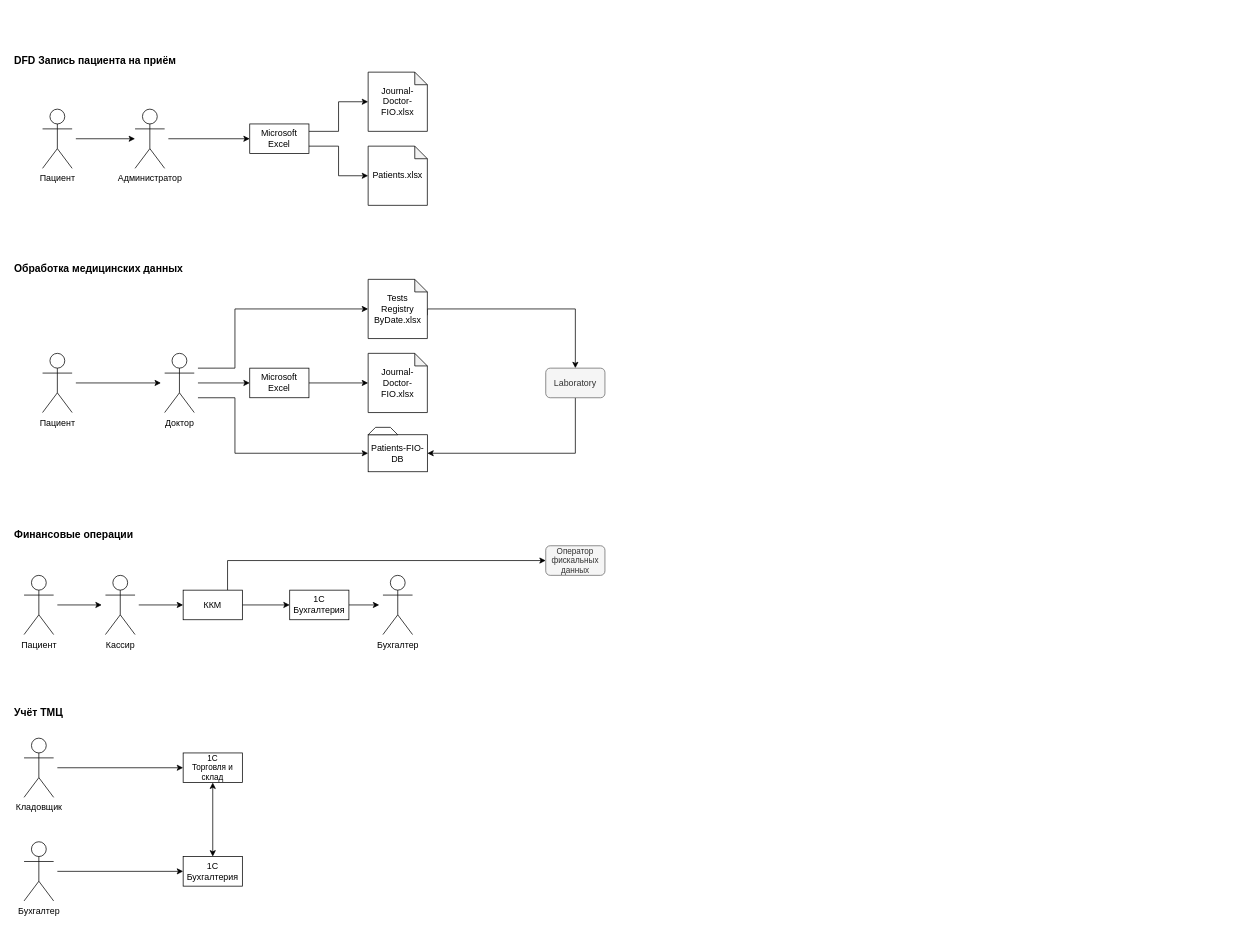
Earlier version of the draw.io diagram Task1/DFD.drawio (sokolov-ml/architecture-medikamente). Source tidied: cells renumbered, new cells numbered last; positions are measured from the earlier drawing's top-left corner, leaving out a move shared by most shapes. Both pictures are drawn from the tidied source at 74%, with x=0, y=0 at pixel (13, 50).
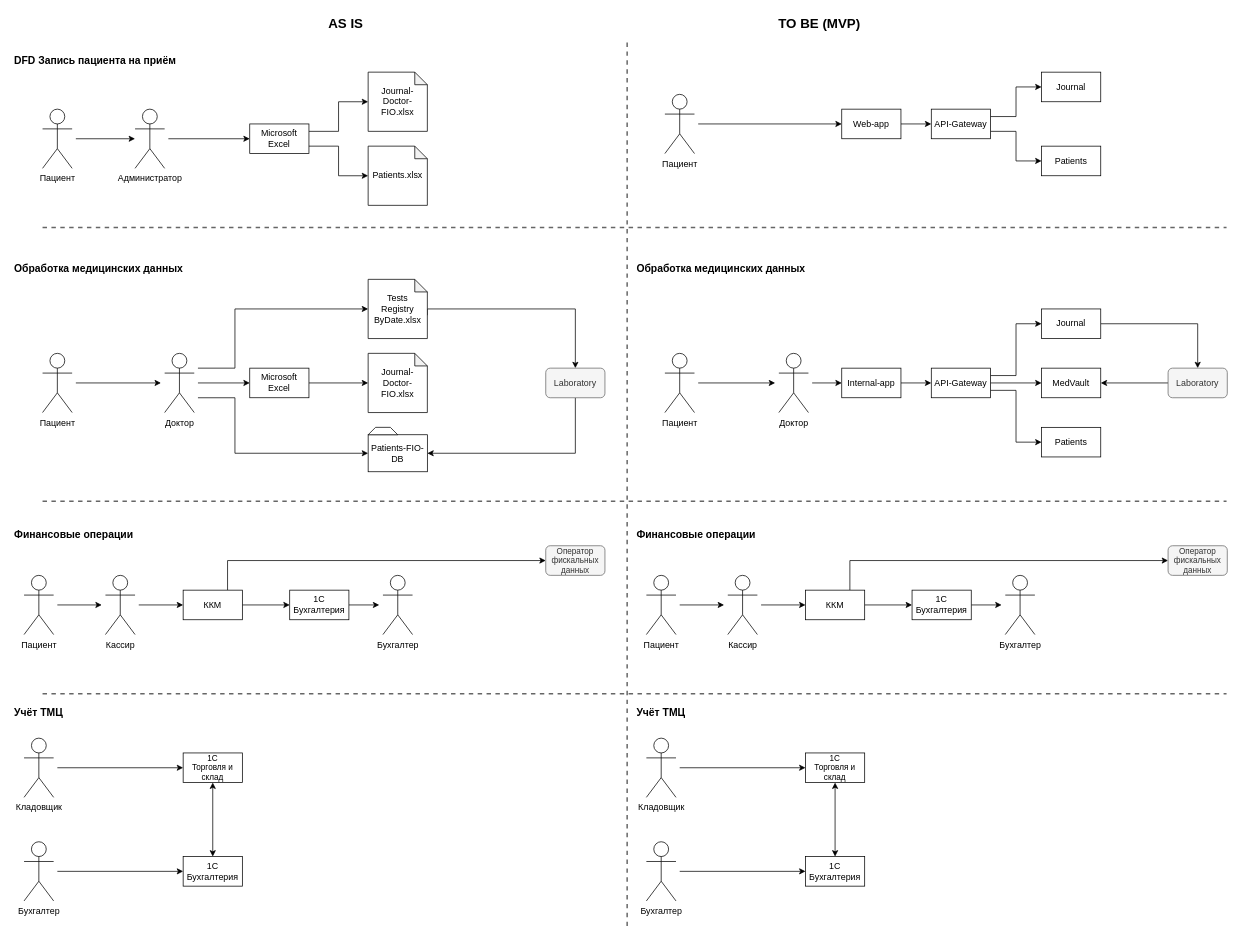
The same diagram, later.

The edit, as a diff of the source:
```diff
@@
+    <mxCell id="67" value="AS IS" style="text;html=1;align=center;verticalAlign=middle;whiteSpace=wrap;rounded=0;fontStyle=1;fontSize=18;" parent="1" vertex="1">
+      <mxGeometry x="290" y="-50" width="320" height="30" as="geometry" />
+    </mxCell>
+    <mxCell id="68" value="TO BE (MVP)" style="text;html=1;align=center;verticalAlign=middle;whiteSpace=wrap;rounded=0;fontStyle=1;fontSize=18;" parent="1" vertex="1">
+      <mxGeometry x="930" y="-50" width="320" height="30" as="geometry" />
+    </mxCell>
+    <mxCell id="69" style="endArrow=none;dashed=1;html=1;rounded=0;strokeWidth=2;strokeColor=#666666;" parent="1" edge="1">
+      <mxGeometry relative="1" as="geometry">
+        <mxPoint x="40" y="240" as="sourcePoint" />
+        <mxPoint x="1640" y="240" as="targetPoint" />
+      </mxGeometry>
+    </mxCell>
+    <mxCell id="70" style="endArrow=none;dashed=1;html=1;rounded=0;strokeWidth=2;strokeColor=#666666;" parent="1" edge="1">
+      <mxGeometry relative="1" as="geometry">
+        <mxPoint x="830" y="-10" as="sourcePoint" />
+        <mxPoint x="830" y="1190" as="targetPoint" />
+      </mxGeometry>
+    </mxCell>
+    <mxCell id="71" style="endArrow=none;dashed=1;html=1;rounded=0;strokeWidth=2;strokeColor=#666666;" parent="1" edge="1">
+      <mxGeometry relative="1" as="geometry">
+        <mxPoint x="40" y="610" as="sourcePoint" />
+        <mxPoint x="1640" y="610" as="targetPoint" />
+      </mxGeometry>
+    </mxCell>
+    <mxCell id="72" style="endArrow=none;dashed=1;html=1;rounded=0;strokeWidth=2;strokeColor=#666666;" parent="1" edge="1">
+      <mxGeometry relative="1" as="geometry">
+        <mxPoint x="40" y="870" as="sourcePoint" />
+        <mxPoint x="1640" y="870" as="targetPoint" />
+      </mxGeometry>
+    </mxCell>
+    <mxCell id="73" style="edgeStyle=orthogonalEdgeStyle;rounded=0;jettySize=auto;html=1;exitX=1;exitY=0.5;exitDx=0;exitDy=0;" parent="1" edge="1" source="74" target="81">
+      <mxGeometry relative="1" as="geometry" />
+    </mxCell>
+    <mxCell id="74" value="Web-app" style="rounded=0;whiteSpace=wrap;html=1;" parent="1" vertex="1">
+      <mxGeometry x="1120" y="80" width="80" height="40" as="geometry" />
+    </mxCell>
+    <mxCell id="75" style="group;" parent="1" vertex="1">
+      <mxGeometry x="876" y="60" width="50" height="80" as="geometry" />
+    </mxCell>
+    <mxCell id="76" style="rounded=0;whiteSpace=wrap;html=1;fillColor=none;strokeColor=none;" parent="75" vertex="1">
+      <mxGeometry width="50" height="80" as="geometry" />
+    </mxCell>
+    <mxCell id="77" value="Пациент" style="shape=umlActor;verticalLabelPosition=bottom;verticalAlign=top;html=1;" parent="75" vertex="1">
+      <mxGeometry x="5" width="40" height="80" as="geometry" />
+    </mxCell>
+    <mxCell id="78" style="edgeStyle=orthogonalEdgeStyle;rounded=0;jettySize=auto;html=1;exitX=1;exitY=0.5;exitDx=0;exitDy=0;entryX=0;entryY=0.5;entryDx=0;entryDy=0;" parent="1" edge="1" source="76" target="74">
+      <mxGeometry relative="1" as="geometry" />
+    </mxCell>
+    <mxCell id="79" style="edgeStyle=orthogonalEdgeStyle;rounded=0;jettySize=auto;html=1;exitX=1;exitY=0.75;exitDx=0;exitDy=0;entryX=0;entryY=0.5;entryDx=0;entryDy=0;" parent="1" edge="1" source="81" target="83">
+      <mxGeometry relative="1" as="geometry" />
+    </mxCell>
+    <mxCell id="80" style="edgeStyle=orthogonalEdgeStyle;rounded=0;jettySize=auto;html=1;exitX=1;exitY=0.25;exitDx=0;exitDy=0;entryX=0;entryY=0.5;entryDx=0;entryDy=0;" parent="1" edge="1" source="81" target="82">
+      <mxGeometry relative="1" as="geometry" />
+    </mxCell>
+    <mxCell id="81" value="API-Gateway" style="rounded=0;whiteSpace=wrap;html=1;" parent="1" vertex="1">
+      <mxGeometry x="1241" y="80" width="80" height="40" as="geometry" />
+    </mxCell>
+    <mxCell id="82" value="Journal" style="rounded=0;whiteSpace=wrap;html=1;" parent="1" vertex="1">
+      <mxGeometry x="1390" y="30" width="80" height="40" as="geometry" />
+    </mxCell>
+    <mxCell id="83" value="Patients" style="rounded=0;whiteSpace=wrap;html=1;" parent="1" vertex="1">
+      <mxGeometry x="1390" y="130" width="80" height="40" as="geometry" />
+    </mxCell>
+    <mxCell id="84" value="Обработка медицинских данных" style="text;html=1;align=left;verticalAlign=middle;whiteSpace=wrap;rounded=0;fontStyle=1;fontSize=14;" parent="1" vertex="1">
+      <mxGeometry x="841" y="280" width="320" height="30" as="geometry" />
+    </mxCell>
+    <mxCell id="85" style="group;" parent="1" vertex="1">
+      <mxGeometry x="1030" y="410" width="50" height="80" as="geometry" />
+    </mxCell>
+    <mxCell id="86" style="rounded=0;whiteSpace=wrap;html=1;fillColor=none;strokeColor=none;" parent="85" vertex="1">
+      <mxGeometry width="50" height="80" as="geometry" />
+    </mxCell>
+    <mxCell id="87" value="Доктор" style="shape=umlActor;verticalLabelPosition=bottom;verticalAlign=top;html=1;" parent="85" vertex="1">
+      <mxGeometry x="5" width="40" height="80" as="geometry" />
+    </mxCell>
+    <mxCell id="88" style="group;" parent="1" vertex="1">
+      <mxGeometry x="876" y="410" width="50" height="80" as="geometry" />
+    </mxCell>
+    <mxCell id="89" style="rounded=0;whiteSpace=wrap;html=1;fillColor=none;strokeColor=none;" parent="88" vertex="1">
+      <mxGeometry width="50" height="80" as="geometry" />
+    </mxCell>
+    <mxCell id="90" value="Пациент" style="shape=umlActor;verticalLabelPosition=bottom;verticalAlign=top;html=1;" parent="88" vertex="1">
+      <mxGeometry x="5" width="40" height="80" as="geometry" />
+    </mxCell>
+    <mxCell id="91" style="edgeStyle=orthogonalEdgeStyle;rounded=0;jettySize=auto;html=1;exitX=1;exitY=0.5;exitDx=0;exitDy=0;" parent="1" edge="1" source="89" target="86">
+      <mxGeometry relative="1" as="geometry" />
+    </mxCell>
+    <mxCell id="92" style="edgeStyle=orthogonalEdgeStyle;rounded=0;jettySize=auto;html=1;exitX=1;exitY=0.5;exitDx=0;exitDy=0;entryX=0;entryY=0.5;entryDx=0;entryDy=0;" parent="1" edge="1" source="93" target="101">
+      <mxGeometry relative="1" as="geometry" />
+    </mxCell>
+    <mxCell id="93" value="Internal-app" style="rounded=0;whiteSpace=wrap;html=1;" parent="1" vertex="1">
+      <mxGeometry x="1120" y="430" width="80" height="40" as="geometry" />
+    </mxCell>
+    <mxCell id="94" style="edgeStyle=orthogonalEdgeStyle;rounded=0;jettySize=auto;html=1;exitX=1;exitY=0.5;exitDx=0;exitDy=0;" parent="1" edge="1" source="86" target="93">
+      <mxGeometry relative="1" as="geometry" />
+    </mxCell>
+    <mxCell id="95" style="edgeStyle=orthogonalEdgeStyle;rounded=0;jettySize=auto;html=1;entryX=0.5;entryY=0;entryDx=0;entryDy=0;exitX=1;exitY=0.5;exitDx=0;exitDy=0;" parent="1" edge="1" source="102" target="97">
+      <mxGeometry relative="1" as="geometry">
+        <Array as="points">
+          <mxPoint x="1601" y="370" />
+        </Array>
+      </mxGeometry>
+    </mxCell>
+    <mxCell id="96" style="edgeStyle=orthogonalEdgeStyle;rounded=0;jettySize=auto;html=1;exitX=0;exitY=0.5;exitDx=0;exitDy=0;entryX=1;entryY=0.5;entryDx=0;entryDy=0;" parent="1" edge="1" source="97" target="104">
+      <mxGeometry relative="1" as="geometry" />
+    </mxCell>
+    <mxCell id="97" value="Laboratory" style="rounded=1;whiteSpace=wrap;html=1;fillColor=#f5f5f5;fontColor=#333333;strokeColor=#666666;" parent="1" vertex="1">
+      <mxGeometry x="1561" y="430" width="80" height="40" as="geometry" />
+    </mxCell>
+    <mxCell id="98" style="edgeStyle=orthogonalEdgeStyle;rounded=0;jettySize=auto;html=1;exitX=1;exitY=0.75;exitDx=0;exitDy=0;entryX=0;entryY=0.5;entryDx=0;entryDy=0;" parent="1" edge="1" source="101" target="103">
+      <mxGeometry relative="1" as="geometry" />
+    </mxCell>
+    <mxCell id="99" style="edgeStyle=orthogonalEdgeStyle;rounded=0;jettySize=auto;html=1;exitX=1;exitY=0.25;exitDx=0;exitDy=0;entryX=0;entryY=0.5;entryDx=0;entryDy=0;" parent="1" edge="1" source="101" target="102">
+      <mxGeometry relative="1" as="geometry" />
+    </mxCell>
+    <mxCell id="100" style="edgeStyle=orthogonalEdgeStyle;rounded=0;jettySize=auto;html=1;exitX=1;exitY=0.5;exitDx=0;exitDy=0;entryX=0;entryY=0.5;entryDx=0;entryDy=0;" parent="1" edge="1" source="101" target="104">
+      <mxGeometry relative="1" as="geometry" />
+    </mxCell>
+    <mxCell id="101" value="API-Gateway" style="rounded=0;whiteSpace=wrap;html=1;" parent="1" vertex="1">
+      <mxGeometry x="1241" y="430" width="80" height="40" as="geometry" />
+    </mxCell>
+    <mxCell id="102" value="Journal" style="rounded=0;whiteSpace=wrap;html=1;" parent="1" vertex="1">
+      <mxGeometry x="1390" y="350" width="80" height="40" as="geometry" />
+    </mxCell>
+    <mxCell id="103" value="Patients" style="rounded=0;whiteSpace=wrap;html=1;" parent="1" vertex="1">
+      <mxGeometry x="1390" y="510" width="80" height="40" as="geometry" />
+    </mxCell>
+    <mxCell id="104" value="MedVault" style="rounded=0;whiteSpace=wrap;html=1;" parent="1" vertex="1">
+      <mxGeometry x="1390" y="430" width="80" height="40" as="geometry" />
+    </mxCell>
+    <mxCell id="105" value="Финансовые операции" style="text;html=1;align=left;verticalAlign=middle;whiteSpace=wrap;rounded=0;fontStyle=1;fontSize=14;" parent="1" vertex="1">
+      <mxGeometry x="841" y="640" width="320" height="30" as="geometry" />
+    </mxCell>
+    <mxCell id="106" style="group;" parent="1" vertex="1">
+      <mxGeometry x="851" y="710" width="50" height="80" as="geometry" />
+    </mxCell>
+    <mxCell id="107" style="rounded=0;whiteSpace=wrap;html=1;fillColor=none;strokeColor=none;" parent="106" vertex="1">
+      <mxGeometry width="50" height="80" as="geometry" />
+    </mxCell>
+    <mxCell id="108" value="Пациент" style="shape=umlActor;verticalLabelPosition=bottom;verticalAlign=top;html=1;" parent="106" vertex="1">
+      <mxGeometry x="5" width="40" height="80" as="geometry" />
+    </mxCell>
+    <mxCell id="109" style="group;" parent="1" vertex="1">
+      <mxGeometry x="961" y="710" width="50" height="80" as="geometry" />
+    </mxCell>
+    <mxCell id="110" style="rounded=0;whiteSpace=wrap;html=1;fillColor=none;strokeColor=none;" parent="109" vertex="1">
+      <mxGeometry width="50" height="80" as="geometry" />
+    </mxCell>
+    <mxCell id="111" value="Кассир" style="shape=umlActor;verticalLabelPosition=bottom;verticalAlign=top;html=1;" parent="109" vertex="1">
+      <mxGeometry x="5" width="40" height="80" as="geometry" />
+    </mxCell>
+    <mxCell id="112" style="group;" parent="1" vertex="1">
+      <mxGeometry x="1336" y="710" width="50" height="80" as="geometry" />
+    </mxCell>
+    <mxCell id="113" style="rounded=0;whiteSpace=wrap;html=1;fillColor=none;strokeColor=none;" parent="112" vertex="1">
+      <mxGeometry width="50" height="80" as="geometry" />
+    </mxCell>
+    <mxCell id="114" value="Бухгалтер" style="shape=umlActor;verticalLabelPosition=bottom;verticalAlign=top;html=1;" parent="112" vertex="1">
+      <mxGeometry x="5" width="40" height="80" as="geometry" />
+    </mxCell>
+    <mxCell id="115" style="edgeStyle=orthogonalEdgeStyle;rounded=0;jettySize=auto;html=1;exitX=1;exitY=0.5;exitDx=0;exitDy=0;" parent="1" edge="1" source="117" target="121">
+      <mxGeometry relative="1" as="geometry" />
+    </mxCell>
+    <mxCell id="116" style="edgeStyle=orthogonalEdgeStyle;rounded=0;jettySize=auto;html=1;exitX=0.75;exitY=0;exitDx=0;exitDy=0;entryX=0;entryY=0.5;entryDx=0;entryDy=0;" parent="1" edge="1" source="117" target="122">
+      <mxGeometry relative="1" as="geometry" />
+    </mxCell>
+    <mxCell id="117" value="ККМ" style="rounded=0;whiteSpace=wrap;html=1;" parent="1" vertex="1">
+      <mxGeometry x="1071" y="730" width="80" height="40" as="geometry" />
+    </mxCell>
+    <mxCell id="118" style="edgeStyle=orthogonalEdgeStyle;rounded=0;jettySize=auto;html=1;exitX=1;exitY=0.5;exitDx=0;exitDy=0;entryX=0;entryY=0.5;entryDx=0;entryDy=0;" parent="1" edge="1" source="107" target="110">
+      <mxGeometry relative="1" as="geometry" />
+    </mxCell>
+    <mxCell id="119" style="edgeStyle=orthogonalEdgeStyle;rounded=0;jettySize=auto;html=1;exitX=1;exitY=0.5;exitDx=0;exitDy=0;entryX=0;entryY=0.5;entryDx=0;entryDy=0;" parent="1" edge="1" source="110" target="117">
+      <mxGeometry relative="1" as="geometry" />
+    </mxCell>
+    <mxCell id="120" style="edgeStyle=orthogonalEdgeStyle;rounded=0;jettySize=auto;html=1;exitX=1;exitY=0.5;exitDx=0;exitDy=0;" parent="1" edge="1" source="121" target="113">
+      <mxGeometry relative="1" as="geometry" />
+    </mxCell>
+    <mxCell id="121" value="1С&lt;br&gt;Бухгалтерия" style="rounded=0;whiteSpace=wrap;html=1;" parent="1" vertex="1">
+      <mxGeometry x="1215" y="730" width="80" height="40" as="geometry" />
+    </mxCell>
+    <mxCell id="122" value="Оператор фискальных данных" style="rounded=1;whiteSpace=wrap;html=1;fillColor=#f5f5f5;fontColor=#333333;strokeColor=#666666;fontSize=11;" parent="1" vertex="1">
+      <mxGeometry x="1561" y="670" width="80" height="40" as="geometry" />
+    </mxCell>
+    <mxCell id="123" style="edgeStyle=orthogonalEdgeStyle;rounded=0;jettySize=auto;html=1;exitX=0.5;exitY=0;exitDx=0;exitDy=0;entryX=0.5;entryY=1;entryDx=0;entryDy=0;startArrow=classic;startFill=1;" parent="1" edge="1" source="130" target="131">
+      <mxGeometry relative="1" as="geometry" />
+    </mxCell>
+    <mxCell id="124" style="edgeStyle=orthogonalEdgeStyle;rounded=0;jettySize=auto;html=1;exitX=1;exitY=0.5;exitDx=0;exitDy=0;" parent="1" edge="1" source="133" target="131">
+      <mxGeometry relative="1" as="geometry" />
+    </mxCell>
+    <mxCell id="125" style="edgeStyle=orthogonalEdgeStyle;rounded=0;jettySize=auto;html=1;exitX=1;exitY=0.5;exitDx=0;exitDy=0;" parent="1" edge="1" source="128" target="130">
+      <mxGeometry relative="1" as="geometry" />
+    </mxCell>
+    <mxCell id="126" value="Учёт ТМЦ" style="text;html=1;align=left;verticalAlign=middle;whiteSpace=wrap;rounded=0;fontStyle=1;fontSize=14;" parent="1" vertex="1">
+      <mxGeometry x="841" y="880" width="320" height="30" as="geometry" />
+    </mxCell>
+    <mxCell id="127" style="group;" parent="1" vertex="1">
+      <mxGeometry x="851" y="1070" width="50" height="80" as="geometry" />
+    </mxCell>
+    <mxCell id="128" style="rounded=0;whiteSpace=wrap;html=1;fillColor=none;strokeColor=none;" parent="127" vertex="1">
+      <mxGeometry width="50" height="80" as="geometry" />
+    </mxCell>
+    <mxCell id="129" value="Бухгалтер" style="shape=umlActor;verticalLabelPosition=bottom;verticalAlign=top;html=1;" parent="127" vertex="1">
+      <mxGeometry x="5" width="40" height="80" as="geometry" />
+    </mxCell>
+    <mxCell id="130" value="1С&lt;br&gt;Бухгалтерия" style="rounded=0;whiteSpace=wrap;html=1;" parent="1" vertex="1">
+      <mxGeometry x="1071" y="1090" width="80" height="40" as="geometry" />
+    </mxCell>
+    <mxCell id="131" value="1С&lt;br&gt;Торговля и склад" style="rounded=0;whiteSpace=wrap;html=1;fontSize=11;" parent="1" vertex="1">
+      <mxGeometry x="1071" y="950" width="80" height="40" as="geometry" />
+    </mxCell>
+    <mxCell id="132" style="group;" parent="1" vertex="1">
+      <mxGeometry x="851" y="930" width="50" height="80" as="geometry" />
+    </mxCell>
+    <mxCell id="133" style="rounded=0;whiteSpace=wrap;html=1;fillColor=none;strokeColor=none;" parent="132" vertex="1">
+      <mxGeometry width="50" height="80" as="geometry" />
+    </mxCell>
+    <mxCell id="134" value="Кладовщик" style="shape=umlActor;verticalLabelPosition=bottom;verticalAlign=top;html=1;" parent="132" vertex="1">
+      <mxGeometry x="5" width="40" height="80" as="geometry" />
+    </mxCell>
```
